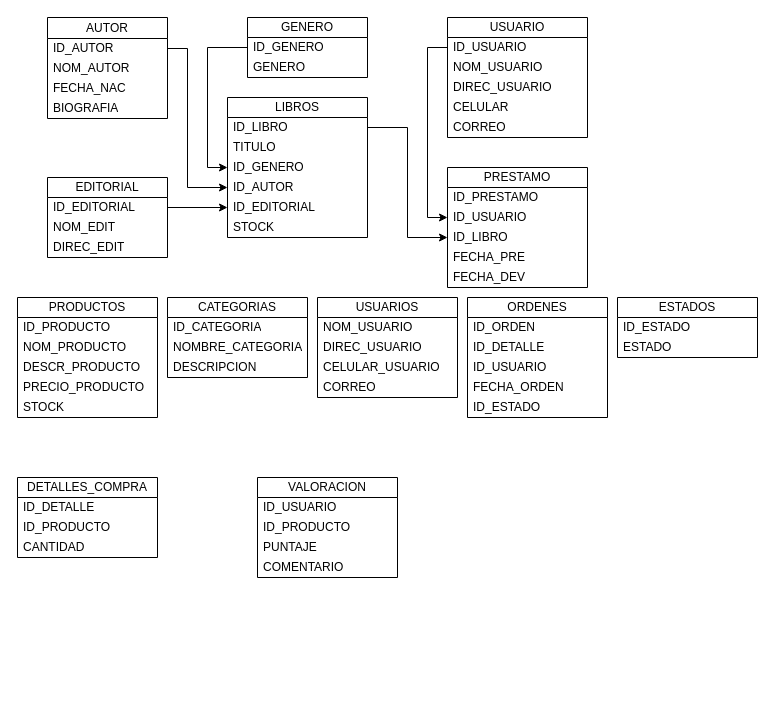
The draw.io diagram Diagrama sin título.drawio in santitroconis/Programacion-Orientada-a-Objetos, before the edit. Source tidied: cells renumbered, new cells numbered last; positions are measured from the earlier drawing's top-left corner, leaving out a move shared by most shapes. Both pictures are drawn from the tidied source at 100%, with x=0, y=0 at pixel (17, 17).
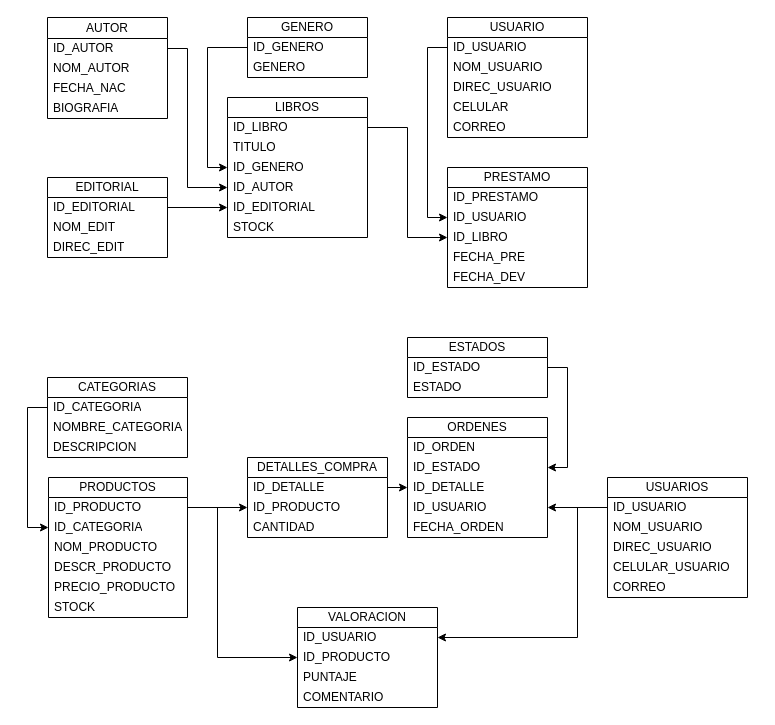
The same page after the edit.

The change refers to these unchanged cells:
```xml
<mxCell id="45" value="ID_CATEGORIA" style="text;strokeColor=none;fillColor=none;align=left;verticalAlign=middle;spacingLeft=4;spacingRight=4;overflow=hidden;points=[[0,0.5],[1,0.5]];portConstraint=eastwest;whiteSpace=wrap;html=1;" parent="44" vertex="1">
  <mxGeometry y="20" width="140" height="20" as="geometry" />
</mxCell>
<mxCell id="60" value="ID_ESTADO" style="text;strokeColor=none;fillColor=none;align=left;verticalAlign=middle;spacingLeft=4;spacingRight=4;overflow=hidden;points=[[0,0.5],[1,0.5]];portConstraint=eastwest;whiteSpace=wrap;html=1;" parent="59" vertex="1">
  <mxGeometry y="20" width="140" height="20" as="geometry" />
</mxCell>
<mxCell id="63" value="ID_DETALLE" style="text;strokeColor=none;fillColor=none;align=left;verticalAlign=middle;spacingLeft=4;spacingRight=4;overflow=hidden;points=[[0,0.5],[1,0.5]];portConstraint=eastwest;whiteSpace=wrap;html=1;" parent="62" vertex="1">
  <mxGeometry y="20" width="140" height="20" as="geometry" />
</mxCell>
<mxCell id="64" value="ID_PRODUCTO" style="text;strokeColor=none;fillColor=none;align=left;verticalAlign=middle;spacingLeft=4;spacingRight=4;overflow=hidden;points=[[0,0.5],[1,0.5]];portConstraint=eastwest;whiteSpace=wrap;html=1;" parent="62" vertex="1">
  <mxGeometry y="40" width="140" height="20" as="geometry" />
</mxCell>
<mxCell id="67" value="ID_USUARIO" style="text;strokeColor=none;fillColor=none;align=left;verticalAlign=middle;spacingLeft=4;spacingRight=4;overflow=hidden;points=[[0,0.5],[1,0.5]];portConstraint=eastwest;whiteSpace=wrap;html=1;" parent="66" vertex="1">
  <mxGeometry y="20" width="140" height="20" as="geometry" />
</mxCell>
<mxCell id="68" value="ID_PRODUCTO" style="text;strokeColor=none;fillColor=none;align=left;verticalAlign=middle;spacingLeft=4;spacingRight=4;overflow=hidden;points=[[0,0.5],[1,0.5]];portConstraint=eastwest;whiteSpace=wrap;html=1;" parent="66" vertex="1">
  <mxGeometry y="40" width="140" height="20" as="geometry" />
</mxCell>
```

Change to the diagram source:
```diff
@@
     <mxCell id="38" value="PRODUCTOS" style="swimlane;fontStyle=0;horizontal=1;startSize=20;whiteSpace=wrap;html=1;" parent="1" vertex="1">
-      <mxGeometry y="280" width="140" height="120" as="geometry" />
+      <mxGeometry x="31" y="460" width="139" height="140" as="geometry" />
     </mxCell>
     <mxCell id="39" value="ID_PRODUCTO" style="text;strokeColor=none;fillColor=none;align=left;verticalAlign=middle;spacingLeft=4;spacingRight=4;overflow=hidden;points=[[0,0.5],[1,0.5]];portConstraint=eastwest;whiteSpace=wrap;html=1;" parent="38" vertex="1">
-      <mxGeometry y="20" width="140" height="20" as="geometry" />
+      <mxGeometry y="20" width="139" height="20" as="geometry" />
     </mxCell>
+    <mxCell id="71" value="ID_CATEGORIA" style="text;strokeColor=none;fillColor=none;align=left;verticalAlign=middle;spacingLeft=4;spacingRight=4;overflow=hidden;points=[[0,0.5],[1,0.5]];portConstraint=eastwest;whiteSpace=wrap;html=1;" parent="38" vertex="1">
+      <mxGeometry y="40" width="139" height="20" as="geometry" />
+    </mxCell>
     <mxCell id="40" value="NOM_PRODUCTO" style="text;strokeColor=none;fillColor=none;align=left;verticalAlign=middle;spacingLeft=4;spacingRight=4;overflow=hidden;whiteSpace=wrap;html=1;" parent="38" vertex="1">
-      <mxGeometry y="40" width="140" height="20" as="geometry" />
+      <mxGeometry y="60" width="139" height="20" as="geometry" />
     </mxCell>
     <mxCell id="41" value="DESCR_PRODUCTO" style="text;strokeColor=none;fillColor=none;align=left;verticalAlign=middle;spacingLeft=4;spacingRight=4;overflow=hidden;whiteSpace=wrap;html=1;" parent="38" vertex="1">
-      <mxGeometry y="60" width="140" height="20" as="geometry" />
+      <mxGeometry y="80" width="139" height="20" as="geometry" />
     </mxCell>
     <mxCell id="42" value="PRECIO_PRODUCTO" style="text;strokeColor=none;fillColor=none;align=left;verticalAlign=middle;spacingLeft=4;spacingRight=4;overflow=hidden;whiteSpace=wrap;html=1;" parent="38" vertex="1">
-      <mxGeometry y="80" width="140" height="20" as="geometry" />
+      <mxGeometry y="100" width="139" height="20" as="geometry" />
     </mxCell>
     <mxCell id="43" value="STOCK" style="text;strokeColor=none;fillColor=none;align=left;verticalAlign=middle;spacingLeft=4;spacingRight=4;overflow=hidden;whiteSpace=wrap;html=1;" parent="38" vertex="1">
-      <mxGeometry y="100" width="140" height="20" as="geometry" />
+      <mxGeometry y="120" width="139" height="20" as="geometry" />
     </mxCell>
     <mxCell id="44" value="CATEGORIAS" style="swimlane;fontStyle=0;horizontal=1;startSize=20;whiteSpace=wrap;html=1;" parent="1" vertex="1">
-      <mxGeometry x="150" y="280" width="140" height="80" as="geometry" />
+      <mxGeometry x="30" y="360" width="140" height="80" as="geometry" />
     </mxCell>
@@
     <mxCell id="48" value="USUARIOS" style="swimlane;fontStyle=0;horizontal=1;startSize=20;whiteSpace=wrap;html=1;" parent="1" vertex="1">
-      <mxGeometry x="300" y="280" width="140" height="100" as="geometry" />
+      <mxGeometry x="590" y="460" width="140" height="120" as="geometry" />
     </mxCell>
+    <mxCell id="72" value="ID_USUARIO" style="text;strokeColor=none;fillColor=none;align=left;verticalAlign=middle;spacingLeft=4;spacingRight=4;overflow=hidden;points=[[0,0.5],[1,0.5]];portConstraint=eastwest;whiteSpace=wrap;html=1;" parent="48" vertex="1">
+      <mxGeometry y="20" width="140" height="20" as="geometry" />
+    </mxCell>
     <mxCell id="49" value="NOM_USUARIO" style="text;strokeColor=none;fillColor=none;align=left;verticalAlign=middle;spacingLeft=4;spacingRight=4;overflow=hidden;whiteSpace=wrap;html=1;" parent="48" vertex="1">
-      <mxGeometry y="20" width="140" height="20" as="geometry" />
+      <mxGeometry y="40" width="140" height="20" as="geometry" />
     </mxCell>
     <mxCell id="50" value="DIREC_USUARIO" style="text;strokeColor=none;fillColor=none;align=left;verticalAlign=middle;spacingLeft=4;spacingRight=4;overflow=hidden;whiteSpace=wrap;html=1;" parent="48" vertex="1">
-      <mxGeometry y="40" width="140" height="20" as="geometry" />
+      <mxGeometry y="60" width="140" height="20" as="geometry" />
     </mxCell>
     <mxCell id="51" value="CELULAR_USUARIO" style="text;strokeColor=none;fillColor=none;align=left;verticalAlign=middle;spacingLeft=4;spacingRight=4;overflow=hidden;whiteSpace=wrap;html=1;" parent="48" vertex="1">
-      <mxGeometry y="60" width="140" height="20" as="geometry" />
+      <mxGeometry y="80" width="140" height="20" as="geometry" />
     </mxCell>
     <mxCell id="52" value="CORREO" style="text;strokeColor=none;fillColor=none;align=left;verticalAlign=middle;spacingLeft=4;spacingRight=4;overflow=hidden;whiteSpace=wrap;html=1;" parent="48" vertex="1">
-      <mxGeometry y="80" width="140" height="20" as="geometry" />
+      <mxGeometry y="100" width="140" height="20" as="geometry" />
     </mxCell>
     <mxCell id="53" value="ORDENES" style="swimlane;fontStyle=0;horizontal=1;startSize=20;whiteSpace=wrap;html=1;" parent="1" vertex="1">
-      <mxGeometry x="450" y="280" width="140" height="120" as="geometry" />
+      <mxGeometry x="390" y="400" width="140" height="120" as="geometry" />
     </mxCell>
@@
+    <mxCell id="58" value="ID_ESTADO" style="text;strokeColor=none;fillColor=none;align=left;verticalAlign=middle;spacingLeft=4;spacingRight=4;overflow=hidden;points=[[0,0.5],[1,0.5]];portConstraint=eastwest;whiteSpace=wrap;html=1;" parent="53" vertex="1">
+      <mxGeometry y="40" width="140" height="20" as="geometry" />
+    </mxCell>
     <mxCell id="55" value="ID_DETALLE" style="text;strokeColor=none;fillColor=none;align=left;verticalAlign=middle;spacingLeft=4;spacingRight=4;overflow=hidden;points=[[0,0.5],[1,0.5]];portConstraint=eastwest;whiteSpace=wrap;html=1;" parent="53" vertex="1">
-      <mxGeometry y="40" width="140" height="20" as="geometry" />
+      <mxGeometry y="60" width="140" height="20" as="geometry" />
     </mxCell>
     <mxCell id="56" value="ID_USUARIO" style="text;strokeColor=none;fillColor=none;align=left;verticalAlign=middle;spacingLeft=4;spacingRight=4;overflow=hidden;points=[[0,0.5],[1,0.5]];portConstraint=eastwest;whiteSpace=wrap;html=1;" parent="53" vertex="1">
-      <mxGeometry y="60" width="140" height="20" as="geometry" />
+      <mxGeometry y="80" width="140" height="20" as="geometry" />
     </mxCell>
     <mxCell id="57" value="FECHA_ORDEN" style="text;strokeColor=none;fillColor=none;align=left;verticalAlign=middle;spacingLeft=4;spacingRight=4;overflow=hidden;whiteSpace=wrap;html=1;" parent="53" vertex="1">
-      <mxGeometry y="80" width="140" height="20" as="geometry" />
+      <mxGeometry y="100" width="140" height="20" as="geometry" />
     </mxCell>
-    <mxCell id="58" value="ID_ESTADO" style="text;strokeColor=none;fillColor=none;align=left;verticalAlign=middle;spacingLeft=4;spacingRight=4;overflow=hidden;points=[[0,0.5],[1,0.5]];portConstraint=eastwest;whiteSpace=wrap;html=1;" parent="53" vertex="1">
-      <mxGeometry y="100" width="140" height="20" as="geometry" />
-    </mxCell>
     <mxCell id="59" value="ESTADOS" style="swimlane;fontStyle=0;horizontal=1;startSize=20;whiteSpace=wrap;html=1;" parent="1" vertex="1">
-      <mxGeometry x="600" y="280" width="140" height="60" as="geometry" />
+      <mxGeometry x="390" y="320" width="140" height="60" as="geometry" />
     </mxCell>
@@
     <mxCell id="62" value="DETALLES_COMPRA" style="swimlane;fontStyle=0;horizontal=1;startSize=20;whiteSpace=wrap;html=1;" parent="1" vertex="1">
-      <mxGeometry y="460" width="140" height="80" as="geometry" />
+      <mxGeometry x="230" y="440" width="140" height="80" as="geometry" />
     </mxCell>
@@
     <mxCell id="66" value="VALORACION" style="swimlane;fontStyle=0;horizontal=1;startSize=20;whiteSpace=wrap;html=1;" parent="1" vertex="1">
-      <mxGeometry x="240" y="460" width="140" height="100" as="geometry" />
+      <mxGeometry x="280" y="590" width="140" height="100" as="geometry" />
     </mxCell>
@@
+    <mxCell id="73" style="edgeStyle=orthogonalEdgeStyle;rounded=0;jettySize=auto;html=1;exitX=1;exitY=0.5;exitDx=0;exitDy=0;entryX=0;entryY=0.5;entryDx=0;entryDy=0;" parent="1" edge="1" source="39" target="64">
+      <mxGeometry relative="1" as="geometry" />
+    </mxCell>
+    <mxCell id="74" style="edgeStyle=orthogonalEdgeStyle;rounded=0;jettySize=auto;html=1;exitX=1;exitY=0.5;exitDx=0;exitDy=0;entryX=0;entryY=0.5;entryDx=0;entryDy=0;" parent="1" edge="1" source="63" target="55">
+      <mxGeometry relative="1" as="geometry" />
+    </mxCell>
+    <mxCell id="75" style="edgeStyle=orthogonalEdgeStyle;rounded=0;jettySize=auto;html=1;exitX=1;exitY=0.5;exitDx=0;exitDy=0;entryX=1;entryY=0.5;entryDx=0;entryDy=0;" parent="1" edge="1" source="60" target="58">
+      <mxGeometry relative="1" as="geometry" />
+    </mxCell>
+    <mxCell id="76" style="edgeStyle=orthogonalEdgeStyle;rounded=0;jettySize=auto;html=1;exitX=0;exitY=0.5;exitDx=0;exitDy=0;entryX=0;entryY=0.5;entryDx=0;entryDy=0;" parent="1" edge="1" source="45" target="71">
+      <mxGeometry relative="1" as="geometry" />
+    </mxCell>
+    <mxCell id="77" style="edgeStyle=orthogonalEdgeStyle;rounded=0;jettySize=auto;html=1;exitX=0;exitY=0.5;exitDx=0;exitDy=0;entryX=1;entryY=0.5;entryDx=0;entryDy=0;" parent="1" edge="1" source="72" target="56">
+      <mxGeometry relative="1" as="geometry" />
+    </mxCell>
+    <mxCell id="78" style="edgeStyle=orthogonalEdgeStyle;rounded=0;jettySize=auto;html=1;entryX=0;entryY=0.5;entryDx=0;entryDy=0;" parent="1" edge="1" source="39" target="68">
+      <mxGeometry relative="1" as="geometry">
+        <Array as="points">
+          <mxPoint x="200" y="490" />
+          <mxPoint x="200" y="640" />
+        </Array>
+      </mxGeometry>
+    </mxCell>
+    <mxCell id="79" style="edgeStyle=orthogonalEdgeStyle;rounded=0;jettySize=auto;html=1;exitX=0;exitY=0.5;exitDx=0;exitDy=0;entryX=1;entryY=0.5;entryDx=0;entryDy=0;" parent="1" edge="1" source="72" target="67">
+      <mxGeometry relative="1" as="geometry">
+        <Array as="points">
+          <mxPoint x="560" y="490" />
+          <mxPoint x="560" y="620" />
+        </Array>
+      </mxGeometry>
+    </mxCell>
```
